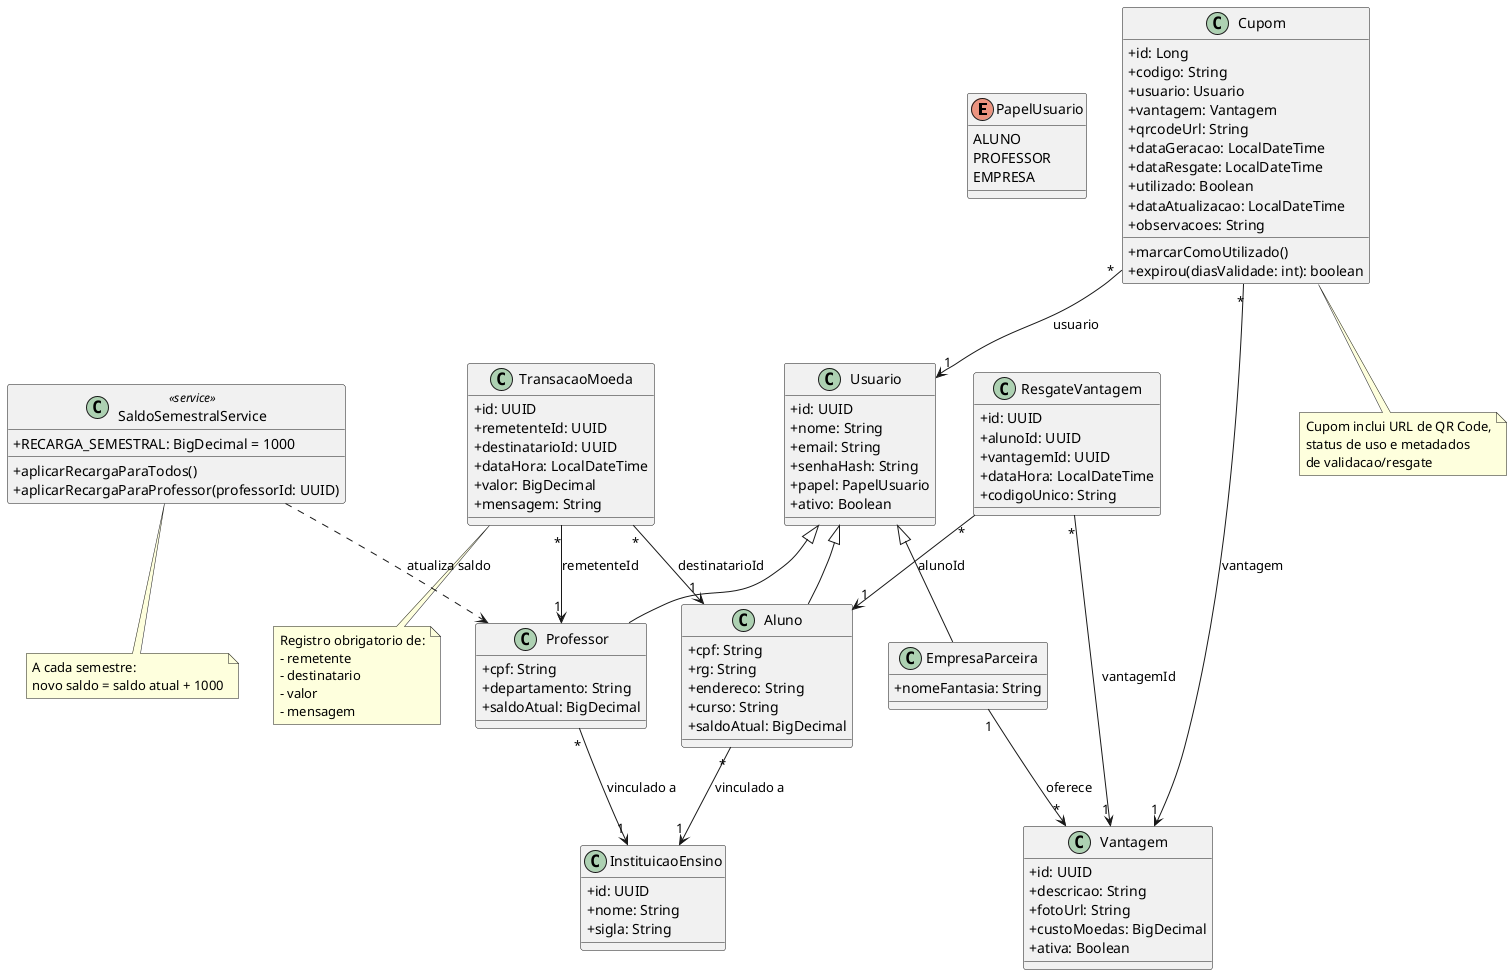
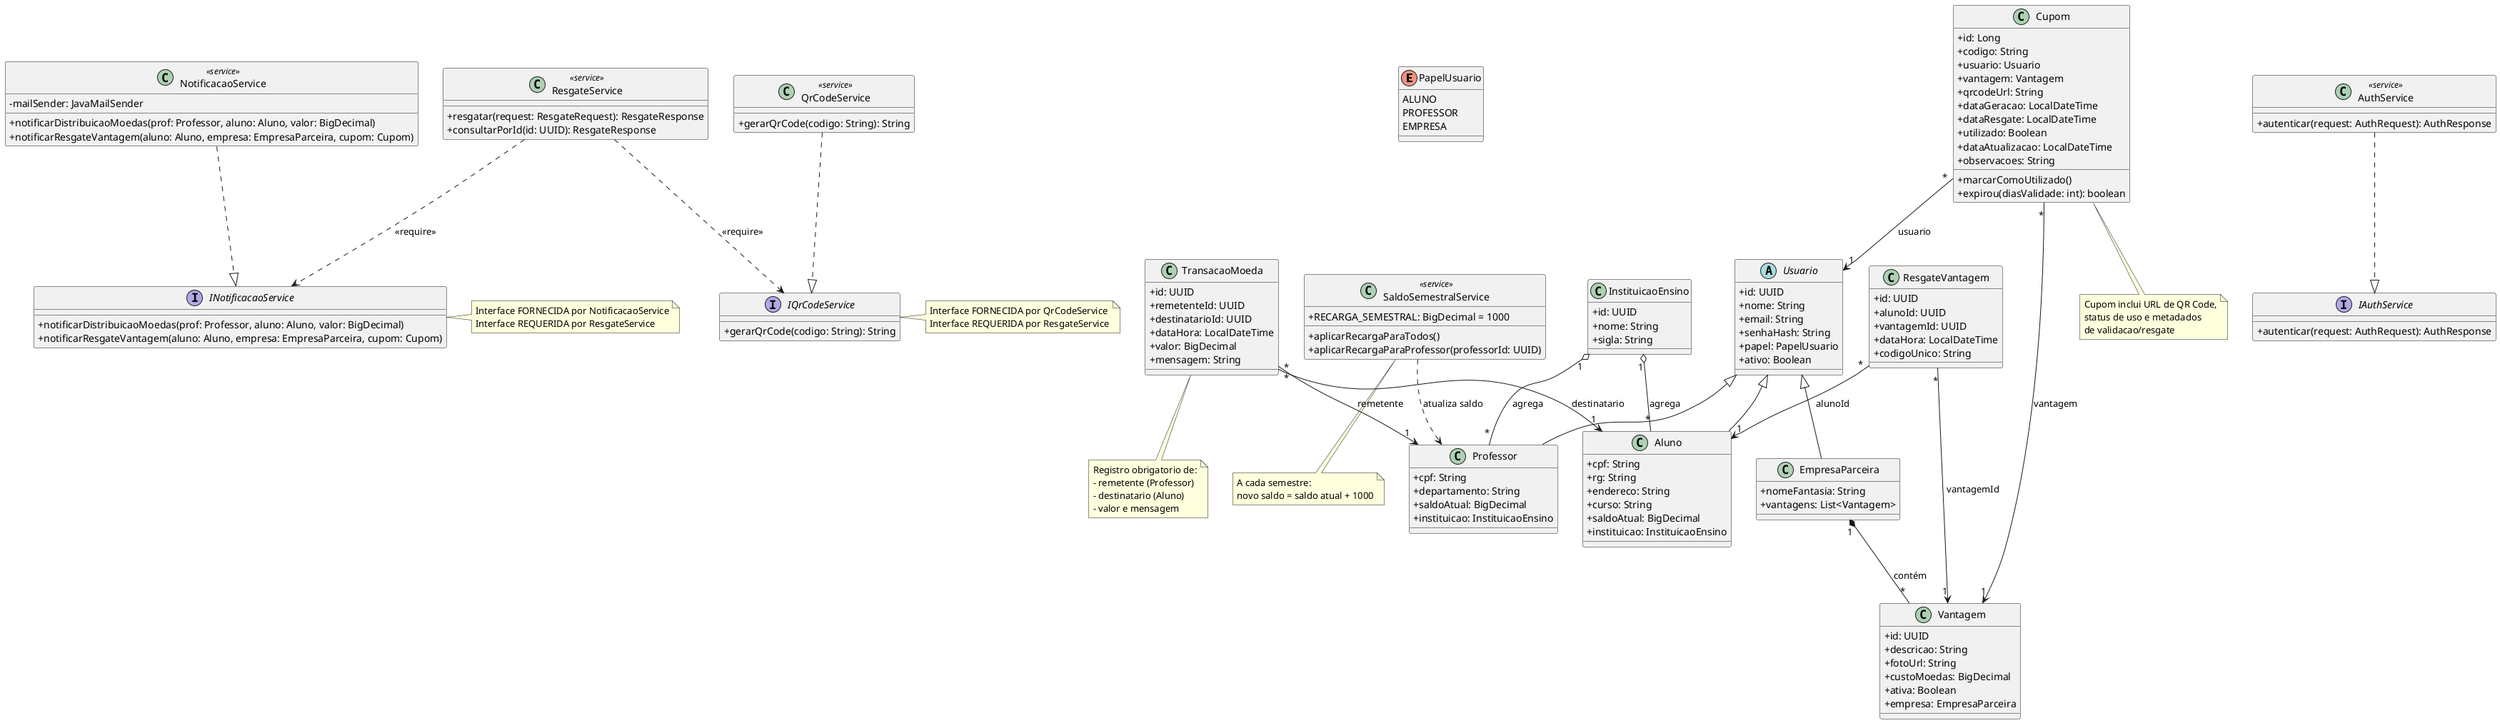
@startuml diagrama-classes
skinparam classAttributeIconSize 0

+ ' ==================== ENUMS ====================
enum PapelUsuario {
  ALUNO
  PROFESSOR
  EMPRESA
}

- class Usuario {
+ ' ==================== MODEL ====================
+ abstract class Usuario {
  +id: UUID
  +nome: String
  +email: String
  +senhaHash: String
  +papel: PapelUsuario
  +ativo: Boolean
}

class Aluno {
  +cpf: String
  +rg: String
  +endereco: String
  +curso: String
  +saldoAtual: BigDecimal
+   +instituicao: InstituicaoEnsino
}

class Professor {
  +cpf: String
  +departamento: String
  +saldoAtual: BigDecimal
+   +instituicao: InstituicaoEnsino
}

class EmpresaParceira {
  +nomeFantasia: String
+   +vantagens: List<Vantagem>
}

class InstituicaoEnsino {
  +id: UUID
  +nome: String
  +sigla: String
}

class TransacaoMoeda {
  +id: UUID
  +remetenteId: UUID
  +destinatarioId: UUID
  +dataHora: LocalDateTime
  +valor: BigDecimal
  +mensagem: String
}

class Vantagem {
  +id: UUID
  +descricao: String
  +fotoUrl: String
  +custoMoedas: BigDecimal
  +ativa: Boolean
+   +empresa: EmpresaParceira
}

class ResgateVantagem {
  +id: UUID
  +alunoId: UUID
  +vantagemId: UUID
  +dataHora: LocalDateTime
  +codigoUnico: String
}

class Cupom {
  +id: Long
  +codigo: String
  +usuario: Usuario
  +vantagem: Vantagem
  +qrcodeUrl: String
  +dataGeracao: LocalDateTime
  +dataResgate: LocalDateTime
  +utilizado: Boolean
  +dataAtualizacao: LocalDateTime
  +observacoes: String
  +marcarComoUtilizado()
  +expirou(diasValidade: int): boolean
}

+ ' ==================== INTERFACES FORNECIDAS ====================
+ interface INotificacaoService {
+   +notificarDistribuicaoMoedas(prof: Professor, aluno: Aluno, valor: BigDecimal)
+   +notificarResgateVantagem(aluno: Aluno, empresa: EmpresaParceira, cupom: Cupom)
+ }
+ 
+ interface IQrCodeService {
+   +gerarQrCode(codigo: String): String
+ }
+ 
+ interface IAuthService {
+   +autenticar(request: AuthRequest): AuthResponse
+ }
+ 
+ ' ==================== SERVICES ====================
+ class NotificacaoService <<service>> {
+   -mailSender: JavaMailSender
+   +notificarDistribuicaoMoedas(prof: Professor, aluno: Aluno, valor: BigDecimal)
+   +notificarResgateVantagem(aluno: Aluno, empresa: EmpresaParceira, cupom: Cupom)
+ }
+ 
+ class QrCodeService <<service>> {
+   +gerarQrCode(codigo: String): String
+ }
+ 
+ class AuthService <<service>> {
+   +autenticar(request: AuthRequest): AuthResponse
+ }
+ 
+ class ResgateService <<service>> {
+   +resgatar(request: ResgateRequest): ResgateResponse
+   +consultarPorId(id: UUID): ResgateResponse
+ }
+ 
class SaldoSemestralService <<service>> {
  +RECARGA_SEMESTRAL: BigDecimal = 1000
  +aplicarRecargaParaTodos()
  +aplicarRecargaParaProfessor(professorId: UUID)
}

+ ' ==================== HERANÇA ====================
Usuario <|-- Aluno
Usuario <|-- Professor
Usuario <|-- EmpresaParceira

- Aluno "*" --> "1" InstituicaoEnsino : vinculado a
- Professor "*" --> "1" InstituicaoEnsino : vinculado a
+ ' ==================== COMPOSIÇÃO ====================
+ ' Vantagem não existe sem EmpresaParceira (orphanRemoval = true)
+ EmpresaParceira "1" *-- "*" Vantagem : contém

- TransacaoMoeda "*" --> "1" Professor : remetenteId
- TransacaoMoeda "*" --> "1" Aluno : destinatarioId
+ ' ==================== AGREGAÇÃO ====================
+ ' Aluno e Professor referenciam InstituicaoEnsino; podem existir independentemente
+ InstituicaoEnsino "1" o-- "*" Aluno : agrega
+ InstituicaoEnsino "1" o-- "*" Professor : agrega

- EmpresaParceira "1" --> "*" Vantagem : oferece
+ ' ==================== ASSOCIAÇÕES ====================
+ TransacaoMoeda "*" --> "1" Professor : remetente
+ TransacaoMoeda "*" --> "1" Aluno : destinatario
+ 
ResgateVantagem "*" --> "1" Aluno : alunoId
ResgateVantagem "*" --> "1" Vantagem : vantagemId
+ 
Cupom "*" --> "1" Usuario : usuario
Cupom "*" --> "1" Vantagem : vantagem

+ ' ==================== INTERFACES: fornecidas (implementação) ====================
+ NotificacaoService ..|> INotificacaoService
+ QrCodeService ..|> IQrCodeService
+ AuthService ..|> IAuthService
+ 
+ ' ==================== INTERFACES: requeridas (dependência) ====================
+ ResgateService ..> INotificacaoService : <<require>>
+ ResgateService ..> IQrCodeService : <<require>>
SaldoSemestralService ..> Professor : atualiza saldo

+ ' ==================== NOTAS ====================
note bottom of TransacaoMoeda
Registro obrigatorio de:
- - remetente
- - destinatario
- - valor
- - mensagem
+ - remetente (Professor)
+ - destinatario (Aluno)
+ - valor e mensagem
end note

note bottom of SaldoSemestralService
A cada semestre:
novo saldo = saldo atual + 1000
end note

note bottom of Cupom
Cupom inclui URL de QR Code,
status de uso e metadados
de validacao/resgate
end note

+ note right of INotificacaoService
+ Interface FORNECIDA por NotificacaoService
+ Interface REQUERIDA por ResgateService
+ end note
+ 
+ note right of IQrCodeService
+ Interface FORNECIDA por QrCodeService
+ Interface REQUERIDA por ResgateService
+ end note
+ 
@enduml
